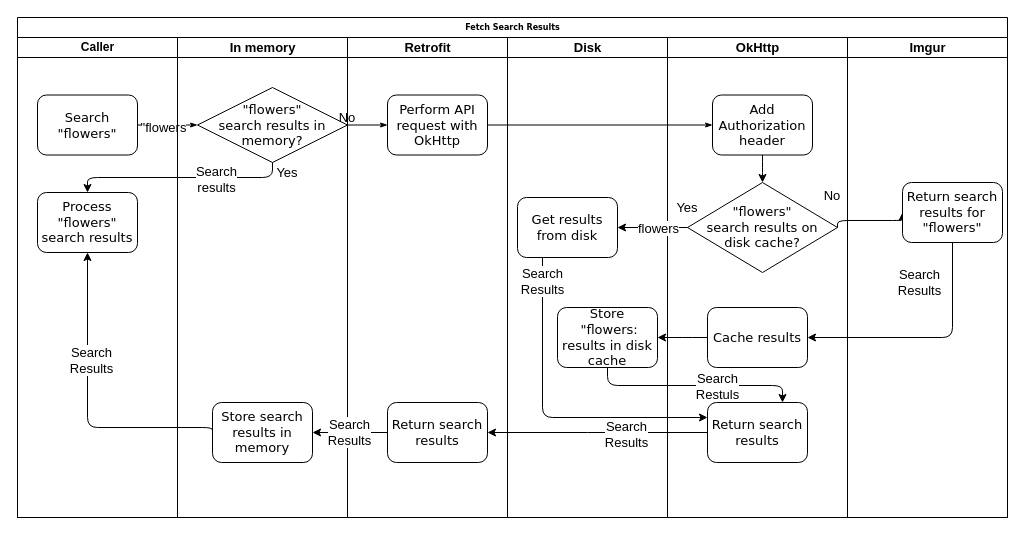
This is ImgurSearchFlowDiagram.drawio from pathakashish/ImgurSearchDemo, a draw.io file, before an edit. Source tidied: cells renumbered, new cells numbered last; positions are measured from the earlier drawing's top-left corner, leaving out a move shared by most shapes. Both pictures are drawn from the tidied source at 100%, with x=0, y=0 at pixel (17, 17).
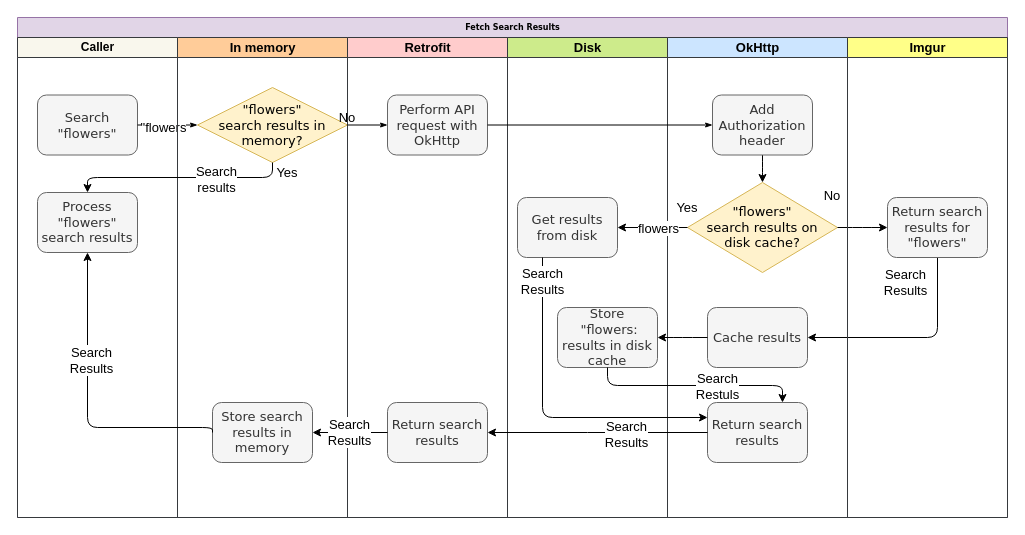
Above is the later version.

Commit message:
Add colors to flow diagram

Diff of the diagram source:
```diff
@@
-    <mxCell id="2" value="Fetch Search Results" style="swimlane;html=1;startSize=20;rounded=0;shadow=0;labelBackgroundColor=none;strokeWidth=1;fontFamily=Verdana;fontSize=8;align=center;" parent="1" vertex="1">
+    <mxCell id="2" value="Fetch Search Results" style="swimlane;html=1;startSize=20;rounded=0;shadow=0;labelBackgroundColor=none;strokeWidth=1;fontFamily=Verdana;fontSize=8;align=center;fillColor=#e1d5e7;strokeColor=#9673a6;" parent="1" vertex="1">
       <mxGeometry width="990" height="500" as="geometry" />
     </mxCell>
-    <mxCell id="3" value="Caller" style="swimlane;html=1;startSize=20;" parent="2" vertex="1">
+    <mxCell id="3" value="Caller" style="swimlane;html=1;startSize=20;fillColor=#f9f7ed;strokeColor=#36393d;" parent="2" vertex="1">
       <mxGeometry y="20" width="160" height="480" as="geometry" />
     </mxCell>
-    <mxCell id="4" value="Process &quot;flowers&quot; search&amp;nbsp;results" style="rounded=1;whiteSpace=wrap;html=1;shadow=0;labelBackgroundColor=none;strokeWidth=1;fontFamily=Verdana;fontSize=13;align=center;" parent="3" vertex="1">
+    <mxCell id="4" value="Process &quot;flowers&quot; search&amp;nbsp;results" style="rounded=1;whiteSpace=wrap;html=1;shadow=0;labelBackgroundColor=none;strokeWidth=1;fontFamily=Verdana;fontSize=13;align=center;fillColor=#f5f5f5;strokeColor=#666666;fontColor=#333333;" parent="3" vertex="1">
       <mxGeometry x="20" y="155" width="100" height="60" as="geometry" />
     </mxCell>
-    <mxCell id="5" value="Search &quot;flowers&quot;" style="rounded=1;whiteSpace=wrap;html=1;shadow=0;labelBackgroundColor=none;strokeWidth=1;fontFamily=Verdana;fontSize=13;align=center;" parent="3" vertex="1">
+    <mxCell id="5" value="Search &quot;flowers&quot;" style="rounded=1;whiteSpace=wrap;html=1;shadow=0;labelBackgroundColor=none;strokeWidth=1;fontFamily=Verdana;fontSize=13;align=center;fillColor=#f5f5f5;strokeColor=#666666;fontColor=#333333;" parent="3" vertex="1">
       <mxGeometry x="20" y="57.5" width="100" height="60" as="geometry" />
     </mxCell>
@@
-    <mxCell id="8" value="In memory" style="swimlane;html=1;startSize=20;fontSize=13;" parent="2" vertex="1">
+    <mxCell id="8" value="In memory" style="swimlane;html=1;startSize=20;fontSize=13;fillColor=#ffcc99;strokeColor=#36393d;" parent="2" vertex="1">
       <mxGeometry x="160" y="20" width="170" height="480" as="geometry" />
     </mxCell>
-    <mxCell id="9" value="Store search results in memory" style="rounded=1;whiteSpace=wrap;html=1;shadow=0;labelBackgroundColor=none;strokeWidth=1;fontFamily=Verdana;fontSize=13;align=center;" parent="8" vertex="1">
+    <mxCell id="9" value="Store search results in memory" style="rounded=1;whiteSpace=wrap;html=1;shadow=0;labelBackgroundColor=none;strokeWidth=1;fontFamily=Verdana;fontSize=13;align=center;fillColor=#f5f5f5;strokeColor=#666666;fontColor=#333333;" parent="8" vertex="1">
       <mxGeometry x="35" y="365" width="100" height="60" as="geometry" />
     </mxCell>
-    <mxCell id="10" value="&quot;flowers&quot;&lt;br&gt;search&amp;nbsp;results in&lt;br style=&quot;font-size: 13px&quot;&gt;memory?" style="rhombus;whiteSpace=wrap;html=1;rounded=0;shadow=0;labelBackgroundColor=none;strokeWidth=1;fontFamily=Verdana;fontSize=13;align=center;" parent="8" vertex="1">
+    <mxCell id="10" value="&quot;flowers&quot;&lt;br&gt;search&amp;nbsp;results in&lt;br style=&quot;font-size: 13px&quot;&gt;memory?" style="rhombus;whiteSpace=wrap;html=1;rounded=0;shadow=0;labelBackgroundColor=none;strokeWidth=1;fontFamily=Verdana;fontSize=13;align=center;fillColor=#fff2cc;strokeColor=#d6b656;" parent="8" vertex="1">
       <mxGeometry x="20" y="50" width="150" height="75" as="geometry" />
     </mxCell>
@@
-    <mxCell id="12" value="Retrofit" style="swimlane;html=1;startSize=20;fontSize=13;" parent="2" vertex="1">
+    <mxCell id="12" value="Retrofit" style="swimlane;html=1;startSize=20;fontSize=13;fillColor=#ffcccc;strokeColor=#36393d;" parent="2" vertex="1">
       <mxGeometry x="330" y="20" width="160" height="480" as="geometry" />
     </mxCell>
@@
-    <mxCell id="14" value="Return search results" style="rounded=1;whiteSpace=wrap;html=1;shadow=0;labelBackgroundColor=none;strokeWidth=1;fontFamily=Verdana;fontSize=13;align=center;" parent="12" vertex="1">
+    <mxCell id="14" value="Return search results" style="rounded=1;whiteSpace=wrap;html=1;shadow=0;labelBackgroundColor=none;strokeWidth=1;fontFamily=Verdana;fontSize=13;align=center;fillColor=#f5f5f5;strokeColor=#666666;fontColor=#333333;" parent="12" vertex="1">
       <mxGeometry x="40" y="365" width="100" height="60" as="geometry" />
     </mxCell>
-    <mxCell id="15" value="Perform API request with OkHttp" style="rounded=1;whiteSpace=wrap;html=1;shadow=0;labelBackgroundColor=none;strokeWidth=1;fontFamily=Verdana;fontSize=13;align=center;" parent="12" vertex="1">
+    <mxCell id="15" value="Perform API request with OkHttp" style="rounded=1;whiteSpace=wrap;html=1;shadow=0;labelBackgroundColor=none;strokeWidth=1;fontFamily=Verdana;fontSize=13;align=center;fillColor=#f5f5f5;strokeColor=#666666;fontColor=#333333;" parent="12" vertex="1">
       <mxGeometry x="40" y="57.5" width="100" height="60" as="geometry" />
     </mxCell>
-    <mxCell id="16" value="Disk" style="swimlane;html=1;startSize=20;fontSize=13;" parent="2" vertex="1">
+    <mxCell id="16" value="Disk" style="swimlane;html=1;startSize=20;fontSize=13;fillColor=#cdeb8b;strokeColor=#36393d;" parent="2" vertex="1">
       <mxGeometry x="490" y="20" width="160" height="480" as="geometry" />
     </mxCell>
-    <mxCell id="17" value="Get results from disk" style="rounded=1;whiteSpace=wrap;html=1;shadow=0;labelBackgroundColor=none;strokeWidth=1;fontFamily=Verdana;fontSize=13;align=center;" parent="16" vertex="1">
+    <mxCell id="17" value="Get results from disk" style="rounded=1;whiteSpace=wrap;html=1;shadow=0;labelBackgroundColor=none;strokeWidth=1;fontFamily=Verdana;fontSize=13;align=center;fillColor=#f5f5f5;strokeColor=#666666;fontColor=#333333;" parent="16" vertex="1">
       <mxGeometry x="10" y="160" width="100" height="60" as="geometry" />
     </mxCell>
-    <mxCell id="18" value="Store &amp;nbsp;&quot;flowers: results in disk cache" style="rounded=1;whiteSpace=wrap;html=1;shadow=0;labelBackgroundColor=none;strokeWidth=1;fontFamily=Verdana;fontSize=13;align=center;" parent="16" vertex="1">
+    <mxCell id="18" value="Store &amp;nbsp;&quot;flowers: results in disk cache" style="rounded=1;whiteSpace=wrap;html=1;shadow=0;labelBackgroundColor=none;strokeWidth=1;fontFamily=Verdana;fontSize=13;align=center;fillColor=#f5f5f5;strokeColor=#666666;fontColor=#333333;" parent="16" vertex="1">
       <mxGeometry x="50" y="270" width="100" height="60" as="geometry" />
     </mxCell>
-    <mxCell id="19" value="OkHttp" style="swimlane;html=1;startSize=20;fontSize=13;" parent="2" vertex="1">
+    <mxCell id="19" value="OkHttp" style="swimlane;html=1;startSize=20;fontSize=13;fillColor=#cce5ff;strokeColor=#36393d;" parent="2" vertex="1">
       <mxGeometry x="650" y="20" width="180" height="480" as="geometry" />
     </mxCell>
@@
-    <mxCell id="22" value="Add Authorization header" style="rounded=1;whiteSpace=wrap;html=1;shadow=0;labelBackgroundColor=none;strokeWidth=1;fontFamily=Verdana;fontSize=13;align=center;" parent="19" vertex="1">
+    <mxCell id="22" value="Add Authorization header" style="rounded=1;whiteSpace=wrap;html=1;shadow=0;labelBackgroundColor=none;strokeWidth=1;fontFamily=Verdana;fontSize=13;align=center;fillColor=#f5f5f5;strokeColor=#666666;fontColor=#333333;" parent="19" vertex="1">
       <mxGeometry x="45" y="57.5" width="100" height="60" as="geometry" />
     </mxCell>
-    <mxCell id="23" value="Return search results" style="rounded=1;whiteSpace=wrap;html=1;shadow=0;labelBackgroundColor=none;strokeWidth=1;fontFamily=Verdana;fontSize=13;align=center;" parent="19" vertex="1">
+    <mxCell id="23" value="Return search results" style="rounded=1;whiteSpace=wrap;html=1;shadow=0;labelBackgroundColor=none;strokeWidth=1;fontFamily=Verdana;fontSize=13;align=center;fillColor=#f5f5f5;strokeColor=#666666;fontColor=#333333;" parent="19" vertex="1">
       <mxGeometry x="40" y="365" width="100" height="60" as="geometry" />
     </mxCell>
-    <mxCell id="24" value="Cache results" style="rounded=1;whiteSpace=wrap;html=1;shadow=0;labelBackgroundColor=none;strokeWidth=1;fontFamily=Verdana;fontSize=13;align=center;" parent="19" vertex="1">
+    <mxCell id="24" value="Cache results" style="rounded=1;whiteSpace=wrap;html=1;shadow=0;labelBackgroundColor=none;strokeWidth=1;fontFamily=Verdana;fontSize=13;align=center;fillColor=#f5f5f5;strokeColor=#666666;fontColor=#333333;" parent="19" vertex="1">
       <mxGeometry x="40" y="270" width="100" height="60" as="geometry" />
     </mxCell>
-    <mxCell id="25" value="&quot;flowers&quot;&lt;br&gt;search&amp;nbsp;results on&lt;br style=&quot;font-size: 13px&quot;&gt;disk&amp;nbsp;cache?" style="rhombus;whiteSpace=wrap;html=1;rounded=0;shadow=0;labelBackgroundColor=none;strokeWidth=1;fontFamily=Verdana;fontSize=13;align=center;" parent="19" vertex="1">
+    <mxCell id="25" value="&quot;flowers&quot;&lt;br&gt;search&amp;nbsp;results on&lt;br style=&quot;font-size: 13px&quot;&gt;disk&amp;nbsp;cache?" style="rhombus;whiteSpace=wrap;html=1;rounded=0;shadow=0;labelBackgroundColor=none;strokeWidth=1;fontFamily=Verdana;fontSize=13;align=center;fillColor=#fff2cc;strokeColor=#d6b656;" parent="19" vertex="1">
       <mxGeometry x="20" y="145" width="150" height="90" as="geometry" />
     </mxCell>
@@
-    <mxCell id="28" value="Imgur" style="swimlane;html=1;startSize=20;fontSize=13;" parent="2" vertex="1">
-      <mxGeometry x="830" y="20" width="160" height="480" as="geometry" />
-    </mxCell>
-    <mxCell id="29" value="Return search results for &quot;flowers&quot;" style="rounded=1;whiteSpace=wrap;html=1;shadow=0;labelBackgroundColor=none;strokeWidth=1;fontFamily=Verdana;fontSize=13;align=center;" parent="28" vertex="1">
-      <mxGeometry x="55" y="145" width="100" height="60" as="geometry" />
-    </mxCell>
@@
+    <mxCell id="28" value="Imgur" style="swimlane;html=1;startSize=20;fontSize=13;fillColor=#ffff88;strokeColor=#36393d;" parent="2" vertex="1">
+      <mxGeometry x="830" y="20" width="160" height="480" as="geometry" />
+    </mxCell>
+    <mxCell id="29" value="Return search results for &quot;flowers&quot;" style="rounded=1;whiteSpace=wrap;html=1;shadow=0;labelBackgroundColor=none;strokeWidth=1;fontFamily=Verdana;fontSize=13;align=center;fillColor=#f5f5f5;strokeColor=#666666;fontColor=#333333;" parent="28" vertex="1">
+      <mxGeometry x="40" y="160" width="100" height="60" as="geometry" />
+    </mxCell>
```
